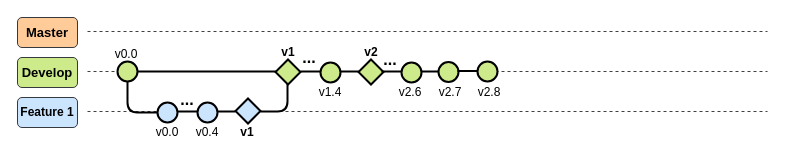
LEOSZ8/Tesis_Msc_LSZ keeps this draw.io diagram as page "Develop" (2 of 3) of 03_ImagenesRepo/01_GitFlow.drawio. Above is the earlier version. Source tidied: cells renumbered, new cells numbered last; positions are measured from the earlier drawing's top-left corner, leaving out a move shared by most shapes. Both pictures are drawn from the tidied source at 100%, with x=0, y=0 at pixel (17, 17).
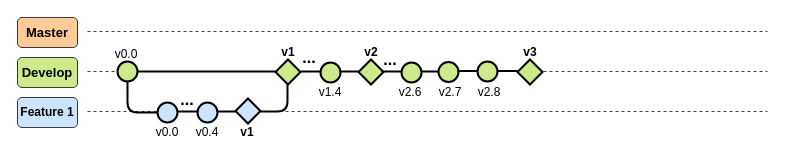
The same page after the edit.

Change to the diagram source:
```diff
@@
+    <mxCell id="41" style="edgeStyle=orthogonalEdgeStyle;rounded=0;orthogonalLoop=1;jettySize=auto;html=1;endArrow=none;endFill=0;strokeWidth=2;" parent="1" edge="1">
+      <mxGeometry relative="1" as="geometry">
+        <mxPoint x="480" y="53.5" as="sourcePoint" />
+        <mxPoint x="500" y="52.5" as="targetPoint" />
+      </mxGeometry>
+    </mxCell>
+    <mxCell id="42" style="rhombus;whiteSpace=wrap;html=1;fillColor=#CDEB8B;strokeColor=#000000;strokeWidth=2;" parent="1" vertex="1">
+      <mxGeometry x="500" y="42" width="25" height="25" as="geometry" />
+    </mxCell>
+    <mxCell id="43" value="v3" style="text;html=1;align=center;verticalAlign=middle;whiteSpace=wrap;rounded=0;fontStyle=1;" parent="1" vertex="1">
+      <mxGeometry x="498" y="30" width="30" height="10" as="geometry" />
+    </mxCell>
```
